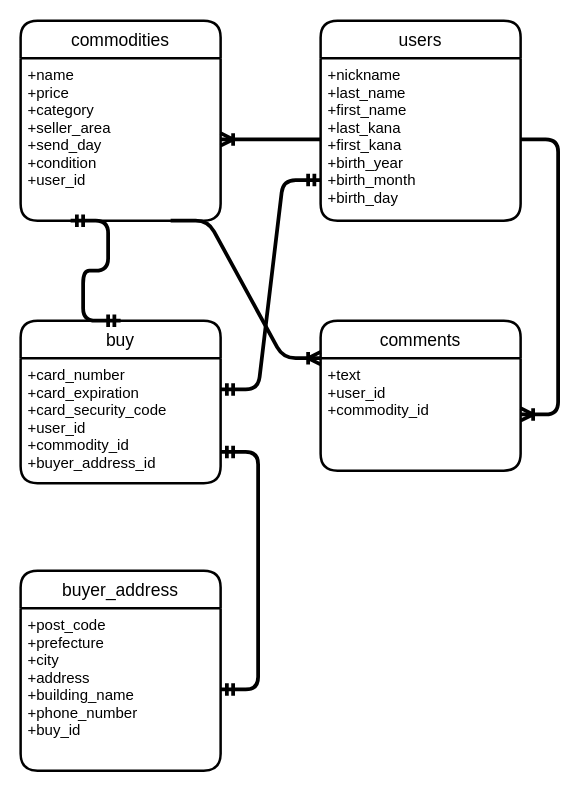
Earlier version of the draw.io diagram er_furima.dio (akitomato/furima-38266). Source tidied: cells renumbered, new cells numbered last; positions are measured from the earlier drawing's top-left corner, leaving out a move shared by most shapes. Both pictures are drawn from the tidied source at 125%, with x=0, y=0 at pixel (20, 20).
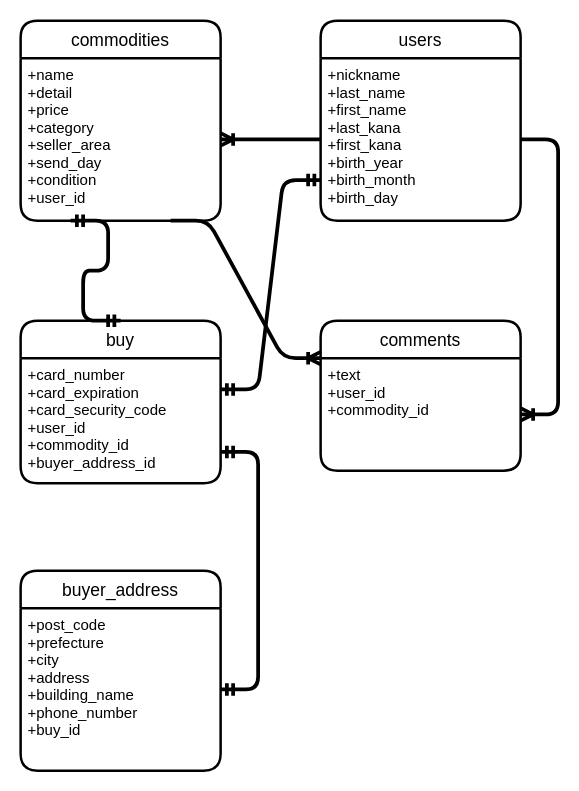
The same diagram, later.

Commit message (it also covers changes not shown here):
データベース設計修正２

The edit, as a diff of the source:
```diff
@@
 <mxGraphModel>
   <root>
     <mxCell id="0" />
     <mxCell id="1" parent="0" />
     <mxCell id="2" value="buy" style="swimlane;horizontal=1;startSize=30;rounded=1;fontSize=14;fontStyle=0;strokeWidth=2;shadow=0;dashed=0;align=center;" parent="1" vertex="1">
       <mxGeometry y="240" width="160" height="130" as="geometry" />
     </mxCell>
     <mxCell id="3" value="+card_number&#10;+card_expiration&#10;+card_security_code&#10;+user_id&#10;+commodity_id&#10;+buyer_address_id&#10;" style="align=left;strokeColor=none;fillColor=none;spacingLeft=4;fontSize=12;verticalAlign=top;" parent="2" vertex="1">
       <mxGeometry y="30" width="160" height="100" as="geometry" />
     </mxCell>
     <mxCell id="4" value="comments" style="swimlane;horizontal=1;startSize=30;rounded=1;fontSize=14;fontStyle=0;strokeWidth=2;shadow=0;dashed=0;align=center;" parent="1" vertex="1">
       <mxGeometry x="240" y="240" width="160" height="120" as="geometry" />
     </mxCell>
     <mxCell id="5" value="+text&#10;+user_id&#10;+commodity_id" style="align=left;strokeColor=none;fillColor=none;spacingLeft=4;fontSize=12;verticalAlign=top;" parent="4" vertex="1">
       <mxGeometry y="30" width="160" height="90" as="geometry" />
     </mxCell>
     <mxCell id="6" value="commodities" style="swimlane;horizontal=1;startSize=30;rounded=1;fontSize=14;fontStyle=0;strokeWidth=2;shadow=0;dashed=0;align=center;" parent="1" vertex="1">
       <mxGeometry width="160" height="160" as="geometry" />
     </mxCell>
-    <mxCell id="7" value="+name&#10;+price&#10;+category&#10;+seller_area&#10;+send_day&#10;+condition&#10;+user_id" style="align=left;strokeColor=none;fillColor=none;spacingLeft=4;fontSize=12;verticalAlign=top;" parent="6" vertex="1">
+    <mxCell id="7" value="+name&#10;+detail&#10;+price&#10;+category&#10;+seller_area&#10;+send_day&#10;+condition&#10;+user_id&#10;" style="align=left;strokeColor=none;fillColor=none;spacingLeft=4;fontSize=12;verticalAlign=top;" parent="6" vertex="1">
       <mxGeometry y="30" width="160" height="130" as="geometry" />
     </mxCell>
     <mxCell id="8" value="users" style="swimlane;horizontal=1;startSize=30;rounded=1;fontSize=14;fontStyle=0;strokeWidth=2;shadow=0;dashed=0;align=center;" parent="1" vertex="1">
       <mxGeometry x="240" width="160" height="160" as="geometry" />
     </mxCell>
     <mxCell id="9" value="+nickname&#10;+last_name&#10;+first_name&#10;+last_kana&#10;+first_kana&#10;+birth_year&#10;+birth_month&#10;+birth_day" style="align=left;strokeColor=none;fillColor=none;spacingLeft=4;fontSize=12;verticalAlign=top;" parent="8" vertex="1">
       <mxGeometry y="30" width="160" height="130" as="geometry" />
     </mxCell>
     <mxCell id="10" value="buyer_address" style="swimlane;horizontal=1;startSize=30;rounded=1;fontSize=14;fontStyle=0;strokeWidth=2;shadow=0;dashed=0;align=center;" parent="1" vertex="1">
       <mxGeometry y="440" width="160" height="160" as="geometry" />
     </mxCell>
     <mxCell id="11" value="+post_code&#10;+prefecture&#10;+city&#10;+address&#10;+building_name&#10;+phone_number&#10;+buy_id" style="align=left;strokeColor=none;fillColor=none;spacingLeft=4;fontSize=12;verticalAlign=top;" parent="10" vertex="1">
       <mxGeometry y="30" width="160" height="130" as="geometry" />
     </mxCell>
     <mxCell id="12" style="edgeStyle=entityRelationEdgeStyle;fontSize=20;html=1;endArrow=ERoneToMany;entryX=1;entryY=0.5;entryDx=0;entryDy=0;strokeWidth=3;exitX=1;exitY=0.5;exitDx=0;exitDy=0;" parent="1" edge="1" source="9" target="5">
       <mxGeometry relative="1" as="geometry" />
     </mxCell>
     <mxCell id="13" style="edgeStyle=entityRelationEdgeStyle;fontSize=12;html=1;endArrow=ERoneToMany;strokeWidth=3;exitX=0;exitY=0.5;exitDx=0;exitDy=0;" parent="1" edge="1" source="9" target="7">
       <mxGeometry relative="1" as="geometry" />
     </mxCell>
     <mxCell id="14" style="edgeStyle=entityRelationEdgeStyle;fontSize=12;html=1;endArrow=ERmandOne;startArrow=ERmandOne;strokeWidth=3;entryX=1;entryY=0.75;entryDx=0;entryDy=0;exitX=1;exitY=0.5;exitDx=0;exitDy=0;" parent="1" edge="1" source="11" target="3">
       <mxGeometry relative="1" as="geometry" />
     </mxCell>
     <mxCell id="15" style="edgeStyle=entityRelationEdgeStyle;fontSize=12;html=1;endArrow=ERmandOne;startArrow=ERmandOne;strokeWidth=3;exitX=0.25;exitY=1;exitDx=0;exitDy=0;entryX=0.5;entryY=0;entryDx=0;entryDy=0;" parent="1" edge="1" source="7" target="2">
       <mxGeometry relative="1" as="geometry" />
     </mxCell>
     <mxCell id="16" style="edgeStyle=entityRelationEdgeStyle;fontSize=12;html=1;endArrow=ERoneToMany;strokeWidth=3;exitX=0.75;exitY=1;exitDx=0;exitDy=0;entryX=0;entryY=0.25;entryDx=0;entryDy=0;" parent="1" edge="1" source="7" target="4">
       <mxGeometry relative="1" as="geometry" />
     </mxCell>
     <mxCell id="17" style="edgeStyle=none;html=1;fontSize=20;strokeWidth=3;" parent="1" edge="1" source="5">
       <mxGeometry relative="1" as="geometry">
         <mxPoint x="400" y="315" as="targetPoint" />
       </mxGeometry>
     </mxCell>
     <mxCell id="18" style="edgeStyle=entityRelationEdgeStyle;fontSize=12;html=1;endArrow=ERmandOne;startArrow=ERmandOne;exitX=1;exitY=0.25;exitDx=0;exitDy=0;strokeWidth=3;entryX=0;entryY=0.75;entryDx=0;entryDy=0;" parent="1" edge="1" source="3" target="9">
       <mxGeometry relative="1" as="geometry" />
     </mxCell>
   </root>
 </mxGraphModel>
```
